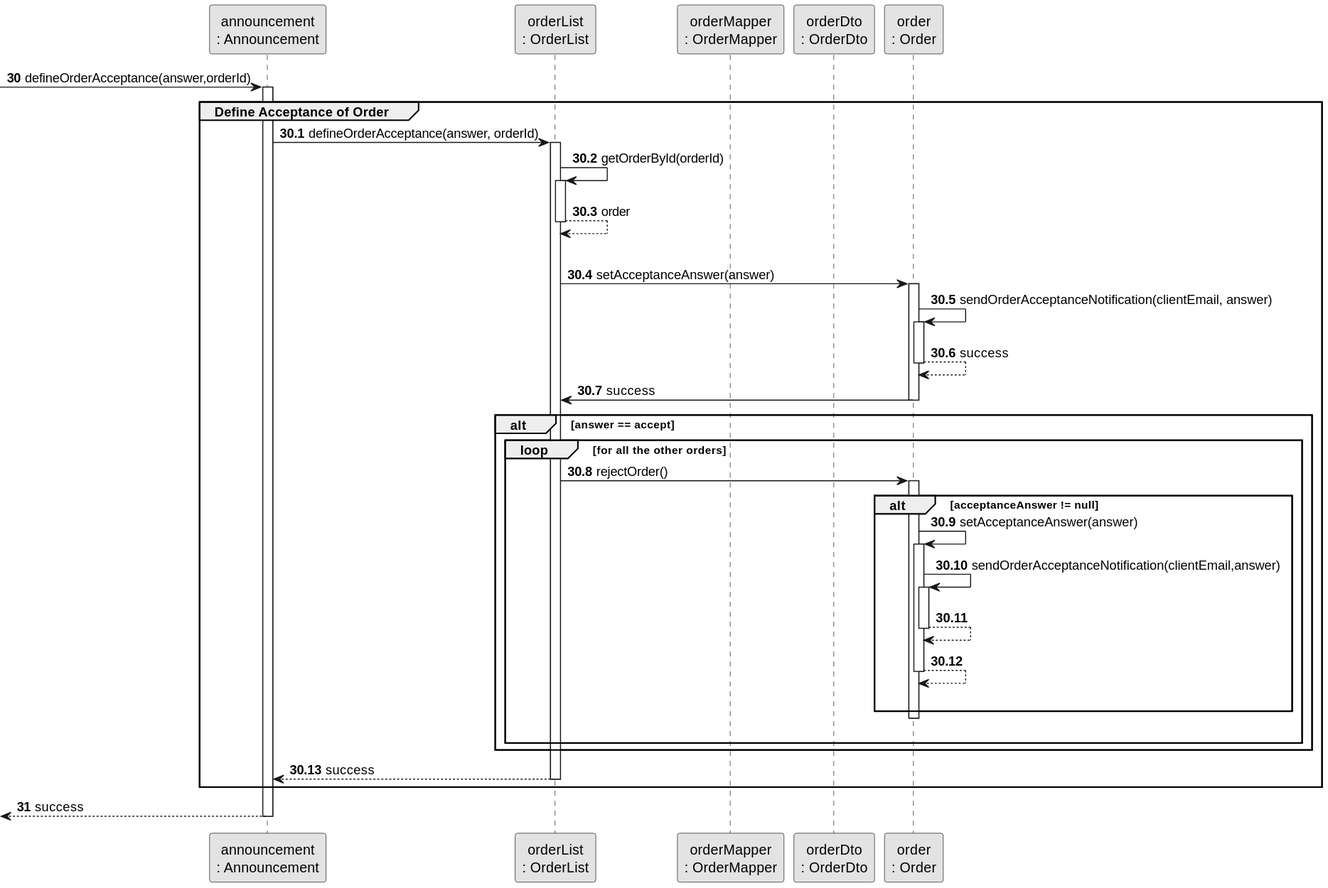
The PlantUML diagram docs/sprintD/us011/03.design/svg/us011-sequence-diagram-partial-define-acceptance.svg in rita-barbosa/LAPR2-2223, before a commit.
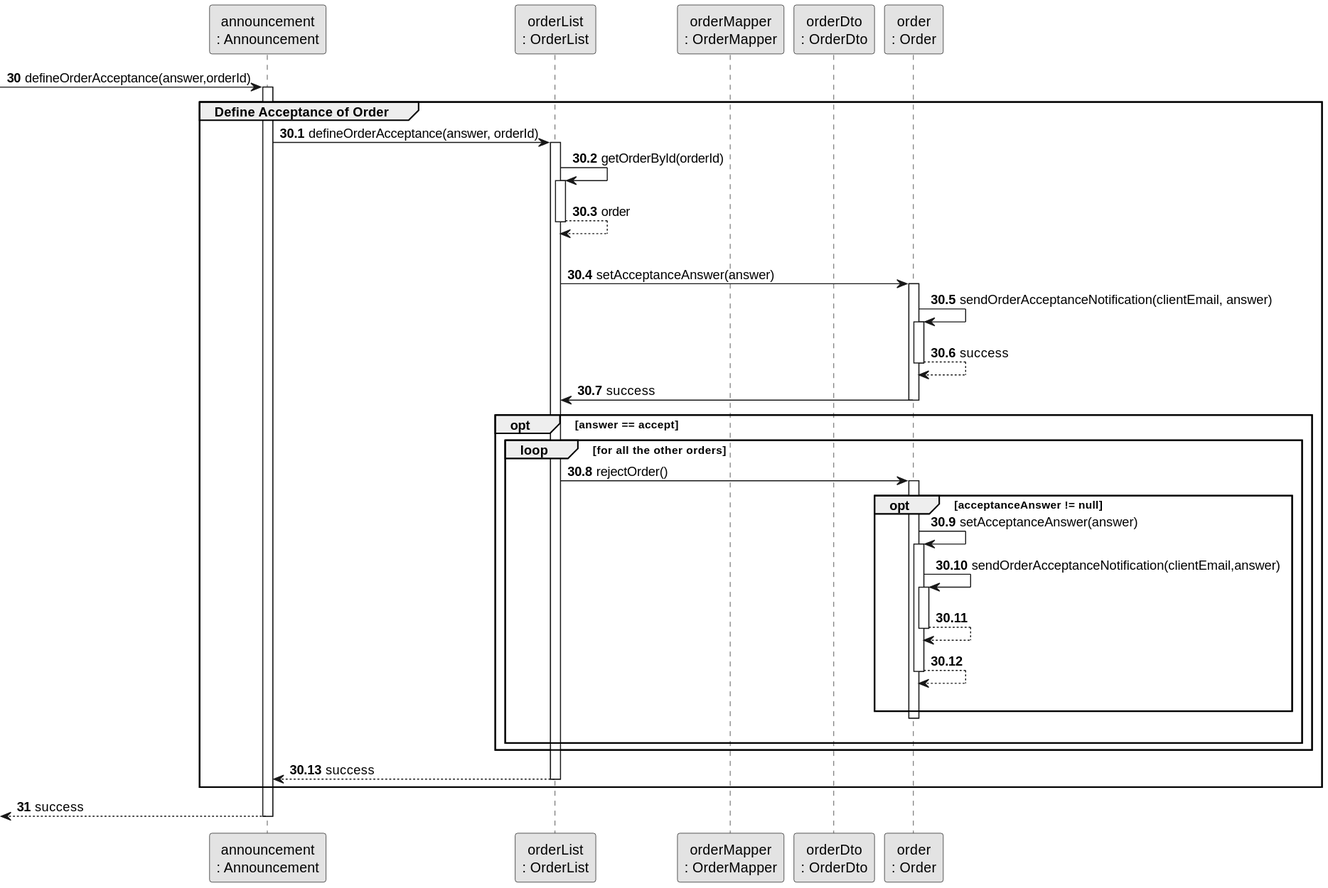
After the change.

What changed in the source:
```diff
@@ -37,14 +37,14 @@
     Order -> OrderList : success
     deactivate Order
 
-        alt answer == accept
+       opt answer == accept
 
             loop for all the other orders
 
             OrderList -> Order : rejectOrder()
             activate Order
 
-            alt acceptanceAnswer != null
+            opt acceptanceAnswer != null
             Order -> Order : setAcceptanceAnswer(answer)
             activate Order
 
```
